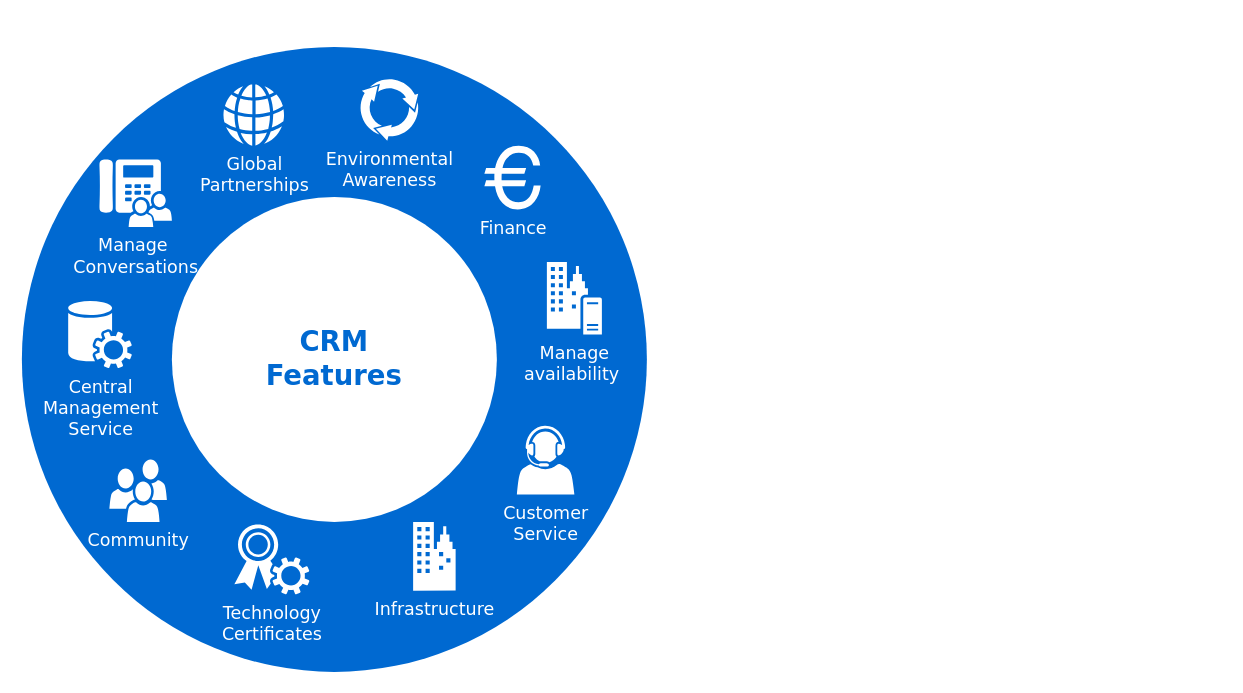
This is Untitled Diagram.drawio from abdelmomen1985/altermind, a draw.io file, before an edit. Source tidied: cells renumbered, new cells numbered last; positions are measured from the earlier drawing's top-left corner, leaving out a move shared by most shapes. Both pictures are drawn from the tidied source at 125%, with x=0, y=0 at pixel (21, 46).
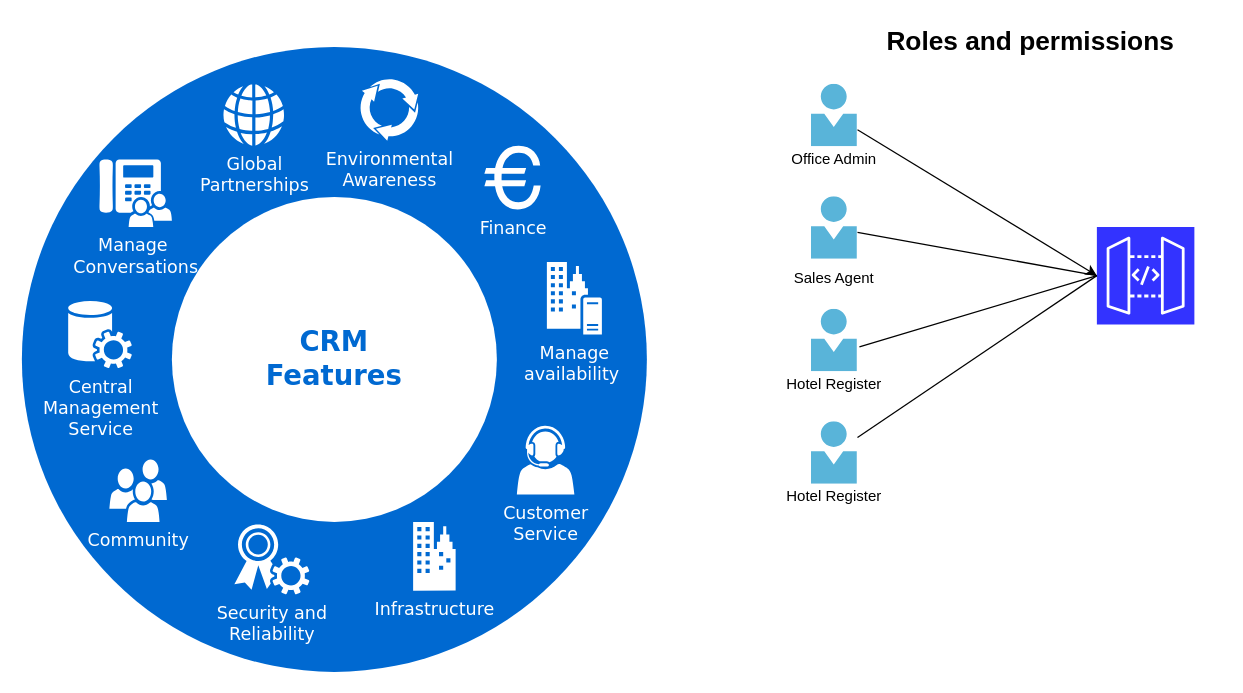
After the change.

Diff of the diagram source:
```diff
@@
-    <mxCell id="9" value="Technology&lt;div&gt;Certificates&lt;/div&gt;" style="shadow=0;dashed=0;html=1;strokeColor=none;fillColor=#ffffff;labelPosition=center;verticalLabelPosition=bottom;verticalAlign=top;shape=mxgraph.office.security.token_service;rounded=0;comic=0;fontFamily=Verdana;fontSize=14;fontColor=#FFFFFF;" parent="1" vertex="1">
+    <mxCell id="9" value="Security and&lt;br&gt;Reliability" style="shadow=0;dashed=0;html=1;strokeColor=none;fillColor=#ffffff;labelPosition=center;verticalLabelPosition=bottom;verticalAlign=top;shape=mxgraph.office.security.token_service;rounded=0;comic=0;fontFamily=Verdana;fontSize=14;fontColor=#FFFFFF;" parent="1" vertex="1">
       <mxGeometry x="170" y="382" width="60" height="56" as="geometry" />
     </mxCell>
@@
+    <mxCell id="14" style="sketch=0;points=[[0,0,0],[0.25,0,0],[0.5,0,0],[0.75,0,0],[1,0,0],[0,1,0],[0.25,1,0],[0.5,1,0],[0.75,1,0],[1,1,0],[0,0.25,0],[0,0.5,0],[0,0.75,0],[1,0.25,0],[1,0.5,0],[1,0.75,0]];outlineConnect=0;fontColor=#232F3E;gradientColor=#3333FF;gradientDirection=north;fillColor=#3333FF;strokeColor=#ffffff;dashed=0;verticalLabelPosition=bottom;verticalAlign=top;align=center;html=1;fontSize=12;fontStyle=0;shape=mxgraph.aws4.resourceIcon;resIcon=mxgraph.aws4.api_gateway;labelBackgroundColor=none;" parent="1" vertex="1">
+      <mxGeometry x="860" y="144" width="78" height="78" as="geometry" />
+    </mxCell>
+    <mxCell id="15" style="group;" parent="1" vertex="1">
+      <mxGeometry x="620" y="30" width="85" height="80" as="geometry" />
+    </mxCell>
+    <mxCell id="16" style="sketch=0;html=1;points=[];align=center;image;fontSize=12;image=img/lib/mscae/Person.svg;labelBackgroundColor=none;fillColor=#3333FF;gradientColor=#3333FF;" parent="15" vertex="1">
+      <mxGeometry x="11.5" width="37" height="50" as="geometry" />
+    </mxCell>
+    <mxCell id="17" value="Office Admin" style="text;strokeColor=none;align=center;fillColor=none;html=1;verticalAlign=middle;whiteSpace=wrap;rounded=0;labelBackgroundColor=none;" parent="15" vertex="1">
+      <mxGeometry x="-25" y="45" width="110" height="30" as="geometry" />
+    </mxCell>
+    <mxCell id="18" style="endArrow=classic;html=1;rounded=0;entryX=0;entryY=0.5;entryDx=0;entryDy=0;entryPerimeter=0;" parent="1" edge="1" source="16" target="14">
+      <mxGeometry relative="1" as="geometry" />
+    </mxCell>
+    <mxCell id="19" value="&lt;font style=&quot;font-size: 21px;&quot;&gt;&lt;b&gt;Roles and permissions&amp;nbsp;&lt;/b&gt;&lt;/font&gt;" style="text;strokeColor=none;align=center;fillColor=none;html=1;verticalAlign=middle;whiteSpace=wrap;rounded=0;labelBackgroundColor=none;" parent="1" vertex="1">
+      <mxGeometry x="660" y="-20" width="300" height="30" as="geometry" />
+    </mxCell>
+    <mxCell id="20" style="group;" parent="1" vertex="1">
+      <mxGeometry x="620" y="120" width="85" height="80" as="geometry" />
+    </mxCell>
+    <mxCell id="21" style="sketch=0;html=1;points=[];align=center;image;fontSize=12;image=img/lib/mscae/Person.svg;labelBackgroundColor=none;fillColor=#3333FF;gradientColor=#3333FF;" parent="20" vertex="1">
+      <mxGeometry x="11.5" width="37" height="50" as="geometry" />
+    </mxCell>
+    <mxCell id="22" value="Sales Agent" style="text;strokeColor=none;align=center;fillColor=none;html=1;verticalAlign=middle;whiteSpace=wrap;rounded=0;labelBackgroundColor=none;" parent="20" vertex="1">
+      <mxGeometry x="-25" y="50" width="110" height="30" as="geometry" />
+    </mxCell>
+    <mxCell id="23" style="endArrow=none;html=1;rounded=0;fontSize=21;entryX=0;entryY=0.5;entryDx=0;entryDy=0;entryPerimeter=0;" parent="1" edge="1" source="21" target="14">
+      <mxGeometry relative="1" as="geometry" />
+    </mxCell>
+    <mxCell id="24" style="group;" parent="1" vertex="1">
+      <mxGeometry x="620" y="210" width="85" height="80" as="geometry" />
+    </mxCell>
+    <mxCell id="25" style="sketch=0;html=1;points=[];align=center;image;fontSize=12;image=img/lib/mscae/Person.svg;labelBackgroundColor=none;fillColor=#3333FF;gradientColor=#3333FF;" parent="24" vertex="1">
+      <mxGeometry x="11.5" width="37" height="50" as="geometry" />
+    </mxCell>
+    <mxCell id="26" value="Hotel Register" style="text;strokeColor=none;align=center;fillColor=none;html=1;verticalAlign=middle;whiteSpace=wrap;rounded=0;labelBackgroundColor=none;" parent="24" vertex="1">
+      <mxGeometry x="-25" y="45" width="110" height="30" as="geometry" />
+    </mxCell>
+    <mxCell id="27" style="endArrow=none;html=1;rounded=0;fontSize=21;exitX=1.041;exitY=0.6;exitDx=0;exitDy=0;exitPerimeter=0;entryX=0;entryY=0.5;entryDx=0;entryDy=0;entryPerimeter=0;" parent="1" edge="1" source="25" target="14">
+      <mxGeometry relative="1" as="geometry" />
+    </mxCell>
+    <mxCell id="28" style="group;" parent="1" vertex="1">
+      <mxGeometry x="620" y="300" width="85" height="80" as="geometry" />
+    </mxCell>
+    <mxCell id="29" style="sketch=0;html=1;points=[];align=center;image;fontSize=12;image=img/lib/mscae/Person.svg;labelBackgroundColor=none;fillColor=#3333FF;gradientColor=#3333FF;" parent="28" vertex="1">
+      <mxGeometry x="11.5" width="37" height="50" as="geometry" />
+    </mxCell>
+    <mxCell id="30" value="Hotel Register" style="text;strokeColor=none;align=center;fillColor=none;html=1;verticalAlign=middle;whiteSpace=wrap;rounded=0;labelBackgroundColor=none;" parent="28" vertex="1">
+      <mxGeometry x="-25" y="45" width="110" height="30" as="geometry" />
+    </mxCell>
+    <mxCell id="31" style="endArrow=none;html=1;rounded=0;fontSize=21;entryX=0;entryY=0.5;entryDx=0;entryDy=0;entryPerimeter=0;" parent="1" edge="1" source="29" target="14">
+      <mxGeometry relative="1" as="geometry" />
+    </mxCell>
```
